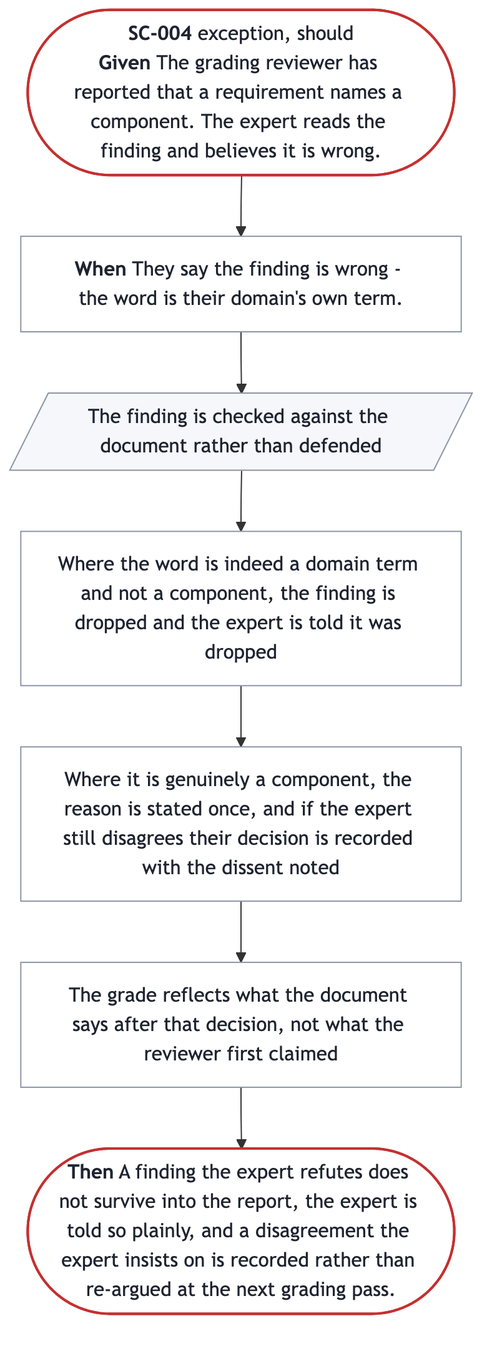
Above: docs/prd/prd-forge/diagrams/SC-004.png in SpillwaveSolutions/prd-forge (Mermaid), before the change. Its source is kept beside it as docs/prd/prd-forge/diagrams/SC-004.mmd.
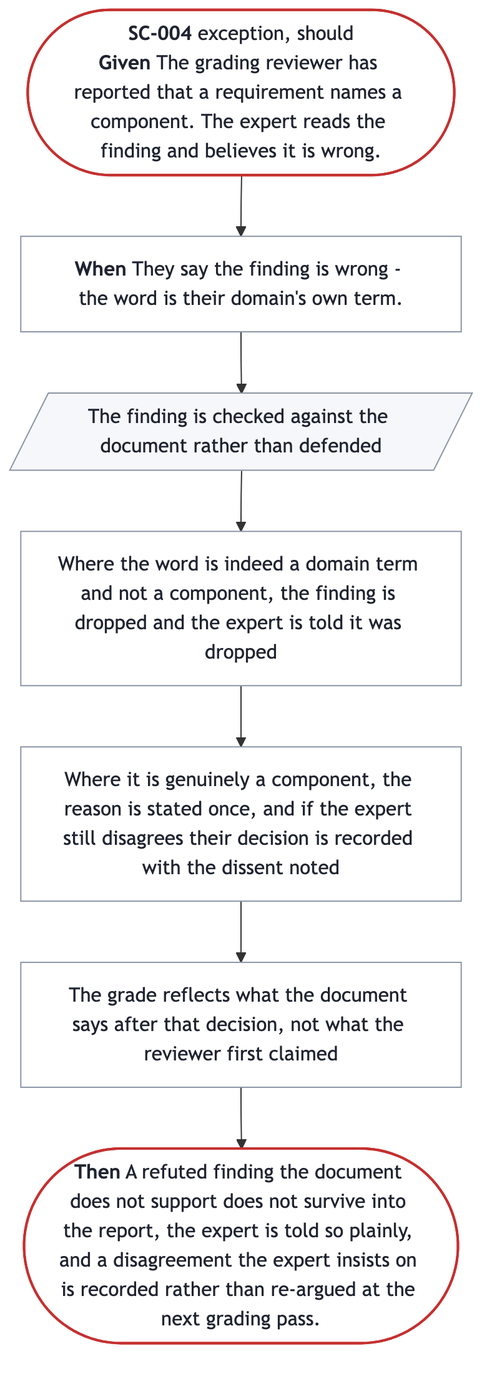
The same diagram one commit later.

The edit, as a diff of the source:
```diff
@@ -6,7 +6,7 @@
   s1["Where the word is indeed a domain term and not a component, the finding is dropped and the expert is told it was dropped"]
   s2["Where it is genuinely a component, the reason is stated once, and if the expert still disagrees their decision is recorded with the dissent noted"]
   s3["The grade reflects what the document says after that decision, not what the reviewer first claimed"]
-  done(["<b>Then</b> A finding the expert refutes does not survive into the report, the expert is told so plainly, and a disagreement the expert insists on is recorded rather than re-argued at the next grading pass."])
+  done(["<b>Then</b> A refuted finding the document does not support does not survive into the report, the expert is told so plainly, and a disagreement the expert insists on is recorded rather than re-argued at the next grading pass."])
   start --> trigger --> s0 --> s1 --> s2 --> s3 --> done
   classDef ends fill:#FFFFFF,stroke:#C53030,stroke-width:2px,color:#1F2430
   classDef sees fill:#F5F7FA,stroke:#8A94A6,color:#1F2430
```
